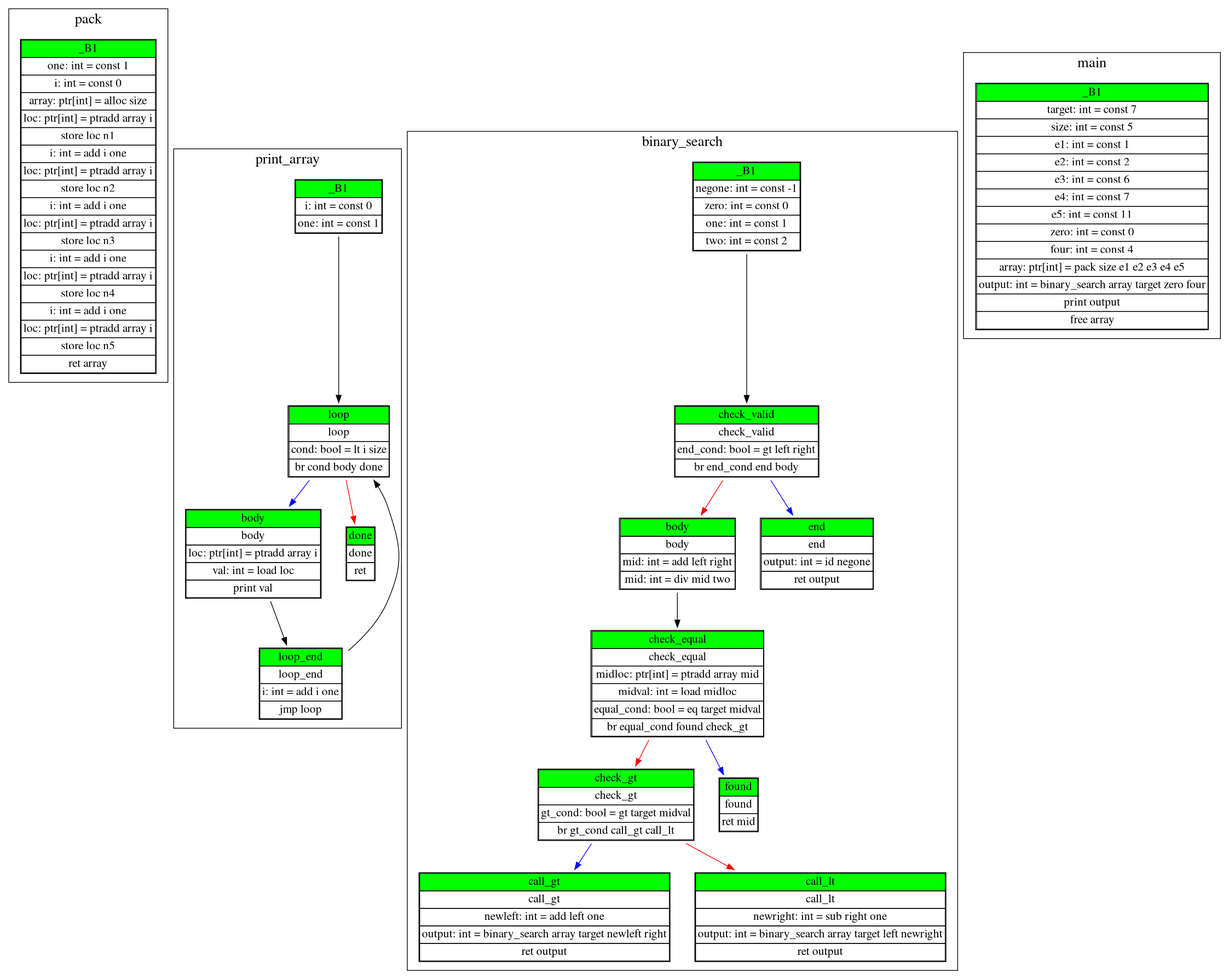
Before: tmp_cfg.png, a diagram exported from Graphviz (Andrey-Yao/Brilliant). Its source is kept beside it as tmp_cfg.dot.
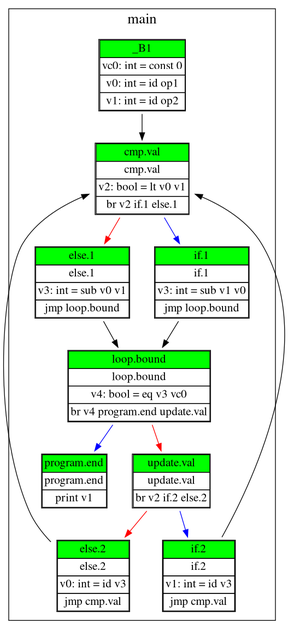
After the commit.

The edit, as a diff of the source:
```diff
@@ -1,179 +1,3 @@
-digraph {
-fontname="Times"
-fontsize="20"
-penwidth=1
-node[fontsize="16" shape="box" fontname="Times"]
-
-subgraph cluster_0 {
-label = "pack"
-"_B1" [label=<<table cellspacing="0">
-<tr><td bgcolor="Green">_B1</td></tr>
-<tr><td>one: int = const 1</td></tr>
-<tr><td>i: int = const 0</td></tr>
-<tr><td>array: ptr[int] = alloc size</td></tr>
-<tr><td>loc: ptr[int] = ptradd array i</td></tr>
-<tr><td>store loc n1</td></tr>
-<tr><td>i: int = add i one</td></tr>
-<tr><td>loc: ptr[int] = ptradd array i</td></tr>
-<tr><td>store loc n2</td></tr>
-<tr><td>i: int = add i one</td></tr>
-<tr><td>loc: ptr[int] = ptradd array i</td></tr>
-<tr><td>store loc n3</td></tr>
-<tr><td>i: int = add i one</td></tr>
-<tr><td>loc: ptr[int] = ptradd array i</td></tr>
-<tr><td>store loc n4</td></tr>
-<tr><td>i: int = add i one</td></tr>
-<tr><td>loc: ptr[int] = ptradd array i</td></tr>
-<tr><td>store loc n5</td></tr>
-<tr><td>ret array</td></tr>
-</table>> shape="plaintext"];
-
-}}
-digraph {
-fontname="Times"
-fontsize="20"
-penwidth=1
-node[fontsize="16" shape="box" fontname="Times"]
-
-subgraph cluster_0 {
-label = "print_array"
-"_B1" [label=<<table cellspacing="0">
-<tr><td bgcolor="Green">_B1</td></tr>
-<tr><td>i: int = const 0</td></tr>
-<tr><td>one: int = const 1</td></tr>
-</table>> shape="plaintext"];
-
-"body" [label=<<table cellspacing="0">
-<tr><td bgcolor="Green">body</td></tr>
-<tr><td>body</td></tr>
-<tr><td>loc: ptr[int] = ptradd array i</td></tr>
-<tr><td>val: int = load loc</td></tr>
-<tr><td>print val</td></tr>
-</table>> shape="plaintext"];
-
-"done" [label=<<table cellspacing="0">
-<tr><td bgcolor="Green">done</td></tr>
-<tr><td>done</td></tr>
-<tr><td>ret</td></tr>
-</table>> shape="plaintext"];
-
-"loop" [label=<<table cellspacing="0">
-<tr><td bgcolor="Green">loop</td></tr>
-<tr><td>loop</td></tr>
-<tr><td>cond: bool = lt i size</td></tr>
-<tr><td>br cond body done</td></tr>
-</table>> shape="plaintext"];
-
-"loop_end" [label=<<table cellspacing="0">
-<tr><td bgcolor="Green">loop_end</td></tr>
-<tr><td>loop_end</td></tr>
-<tr><td>i: int = add i one</td></tr>
-<tr><td>jmp loop</td></tr>
-</table>> shape="plaintext"];
-
-"_B1" -> "loop" ;
-
-"body" -> "loop_end" ;
-
-"loop" -> "body" [color="blue"];
-
-"loop" -> "done" [color="red"];
-
-"loop_end" -> "loop" ;
-
-}}
-digraph {
-fontname="Times"
-fontsize="20"
-penwidth=1
-node[fontsize="16" shape="box" fontname="Times"]
-
-subgraph cluster_0 {
-label = "binary_search"
-"_B1" [label=<<table cellspacing="0">
-<tr><td bgcolor="Green">_B1</td></tr>
-<tr><td>negone: int = const -1</td></tr>
-<tr><td>zero: int = const 0</td></tr>
-<tr><td>one: int = const 1</td></tr>
-<tr><td>two: int = const 2</td></tr>
-</table>> shape="plaintext"];
-
-"body" [label=<<table cellspacing="0">
-<tr><td bgcolor="Green">body</td></tr>
-<tr><td>body</td></tr>
-<tr><td>mid: int = add left right</td></tr>
-<tr><td>mid: int = div mid two</td></tr>
-</table>> shape="plaintext"];
-
-"call_gt" [label=<<table cellspacing="0">
-<tr><td bgcolor="Green">call_gt</td></tr>
-<tr><td>call_gt</td></tr>
-<tr><td>newleft: int = add left one</td></tr>
-<tr><td>output: int = binary_search array target newleft right</td></tr>
-<tr><td>ret output</td></tr>
-</table>> shape="plaintext"];
-
-"call_lt" [label=<<table cellspacing="0">
-<tr><td bgcolor="Green">call_lt</td></tr>
-<tr><td>call_lt</td></tr>
-<tr><td>newright: int = sub right one</td></tr>
-<tr><td>output: int = binary_search array target left newright</td></tr>
-<tr><td>ret output</td></tr>
-</table>> shape="plaintext"];
-
-"check_equal" [label=<<table cellspacing="0">
-<tr><td bgcolor="Green">check_equal</td></tr>
-<tr><td>check_equal</td></tr>
-<tr><td>midloc: ptr[int] = ptradd array mid</td></tr>
-<tr><td>midval: int = load midloc</td></tr>
-<tr><td>equal_cond: bool = eq target midval</td></tr>
-<tr><td>br equal_cond found check_gt</td></tr>
-</table>> shape="plaintext"];
-
-"check_gt" [label=<<table cellspacing="0">
-<tr><td bgcolor="Green">check_gt</td></tr>
-<tr><td>check_gt</td></tr>
-<tr><td>gt_cond: bool = gt target midval</td></tr>
-<tr><td>br gt_cond call_gt call_lt</td></tr>
-</table>> shape="plaintext"];
-
-"check_valid" [label=<<table cellspacing="0">
-<tr><td bgcolor="Green">check_valid</td></tr>
-<tr><td>check_valid</td></tr>
-<tr><td>end_cond: bool = gt left right</td></tr>
-<tr><td>br end_cond end body</td></tr>
-</table>> shape="plaintext"];
-
-"end" [label=<<table cellspacing="0">
-<tr><td bgcolor="Green">end</td></tr>
-<tr><td>end</td></tr>
-<tr><td>output: int = id negone</td></tr>
-<tr><td>ret output</td></tr>
-</table>> shape="plaintext"];
-
-"found" [label=<<table cellspacing="0">
-<tr><td bgcolor="Green">found</td></tr>
-<tr><td>found</td></tr>
-<tr><td>ret mid</td></tr>
-</table>> shape="plaintext"];
-
-"_B1" -> "check_valid" ;
-
-"body" -> "check_equal" ;
-
-"check_equal" -> "check_gt" [color="red"];
-
-"check_equal" -> "found" [color="blue"];
-
-"check_gt" -> "call_gt" [color="blue"];
-
-"check_gt" -> "call_lt" [color="red"];
-
-"check_valid" -> "body" [color="red"];
-
-"check_valid" -> "end" [color="blue"];
-
-}}
 digraph {
 fontname="Times"
 fontsize="20"
@@ -184,19 +8,85 @@
 label = "main"
 "_B1" [label=<<table cellspacing="0">
 <tr><td bgcolor="Green">_B1</td></tr>
-<tr><td>target: int = const 7</td></tr>
-<tr><td>size: int = const 5</td></tr>
-<tr><td>e1: int = const 1</td></tr>
-<tr><td>e2: int = const 2</td></tr>
-<tr><td>e3: int = const 6</td></tr>
-<tr><td>e4: int = const 7</td></tr>
-<tr><td>e5: int = const 11</td></tr>
-<tr><td>zero: int = const 0</td></tr>
-<tr><td>four: int = const 4</td></tr>
-<tr><td>array: ptr[int] = pack size e1 e2 e3 e4 e5</td></tr>
-<tr><td>output: int = binary_search array target zero four</td></tr>
-<tr><td>print output</td></tr>
-<tr><td>free array</td></tr>
+<tr><td>vc0: int = const 0</td></tr>
+<tr><td>v0: int = id op1</td></tr>
+<tr><td>v1: int = id op2</td></tr>
 </table>> shape="plaintext"];
 
+"cmp.val" [label=<<table cellspacing="0">
+<tr><td bgcolor="Green">cmp.val</td></tr>
+<tr><td>cmp.val</td></tr>
+<tr><td>v2: bool = lt v0 v1</td></tr>
+<tr><td>br v2 if.1 else.1</td></tr>
+</table>> shape="plaintext"];
+
+"else.1" [label=<<table cellspacing="0">
+<tr><td bgcolor="Green">else.1</td></tr>
+<tr><td>else.1</td></tr>
+<tr><td>v3: int = sub v0 v1</td></tr>
+<tr><td>jmp loop.bound</td></tr>
+</table>> shape="plaintext"];
+
+"else.2" [label=<<table cellspacing="0">
+<tr><td bgcolor="Green">else.2</td></tr>
+<tr><td>else.2</td></tr>
+<tr><td>v0: int = id v3</td></tr>
+<tr><td>jmp cmp.val</td></tr>
+</table>> shape="plaintext"];
+
+"if.1" [label=<<table cellspacing="0">
+<tr><td bgcolor="Green">if.1</td></tr>
+<tr><td>if.1</td></tr>
+<tr><td>v3: int = sub v1 v0</td></tr>
+<tr><td>jmp loop.bound</td></tr>
+</table>> shape="plaintext"];
+
+"if.2" [label=<<table cellspacing="0">
+<tr><td bgcolor="Green">if.2</td></tr>
+<tr><td>if.2</td></tr>
+<tr><td>v1: int = id v3</td></tr>
+<tr><td>jmp cmp.val</td></tr>
+</table>> shape="plaintext"];
+
+"loop.bound" [label=<<table cellspacing="0">
+<tr><td bgcolor="Green">loop.bound</td></tr>
+<tr><td>loop.bound</td></tr>
+<tr><td>v4: bool = eq v3 vc0</td></tr>
+<tr><td>br v4 program.end update.val</td></tr>
+</table>> shape="plaintext"];
+
+"program.end" [label=<<table cellspacing="0">
+<tr><td bgcolor="Green">program.end</td></tr>
+<tr><td>program.end</td></tr>
+<tr><td>print v1</td></tr>
+</table>> shape="plaintext"];
+
+"update.val" [label=<<table cellspacing="0">
+<tr><td bgcolor="Green">update.val</td></tr>
+<tr><td>update.val</td></tr>
+<tr><td>br v2 if.2 else.2</td></tr>
+</table>> shape="plaintext"];
+
+"_B1" -> "cmp.val" ;
+
+"cmp.val" -> "else.1" [color="red"];
+
+"cmp.val" -> "if.1" [color="blue"];
+
+"else.1" -> "loop.bound" ;
+
+"else.2" -> "cmp.val" ;
+
+"if.1" -> "loop.bound" ;
+
+"if.2" -> "cmp.val" ;
+
+"loop.bound" -> "program.end" [color="blue"];
+
+"loop.bound" -> "update.val" [color="red"];
+
+"update.val" -> "else.2" [color="red"];
+
+"update.val" -> "if.2" [color="blue"];
+
 }}
```
